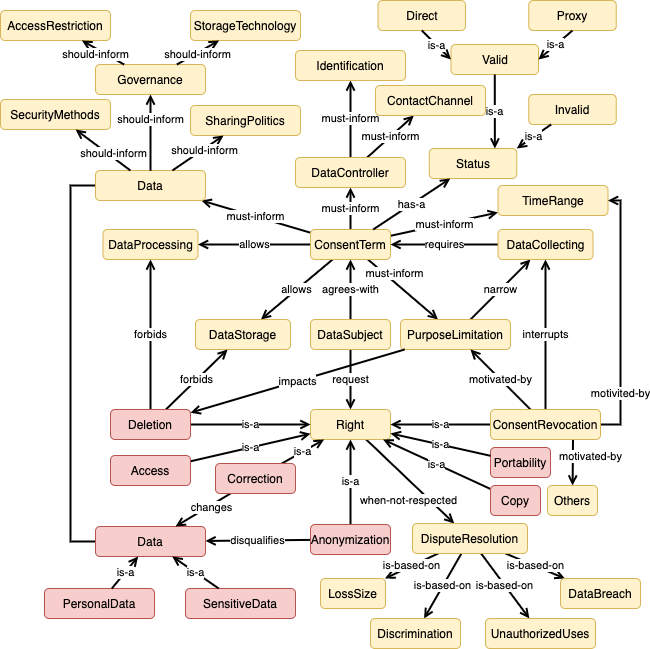
Above: img/DataAnonymizationImpact.png in phalves/GoDReP (draw.io), before the change. Source tidied: cells renumbered, new cells last; positions are measured from the earlier drawing's top-left corner, leaving out a move shared by most shapes.
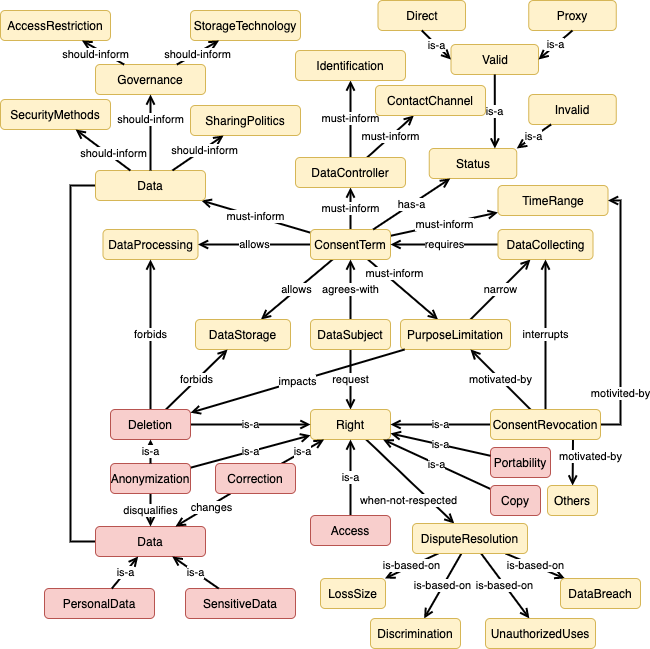
Above is the later version.

Diff of the diagram source:
```diff
@@ -121,7 +121,7 @@
       <mxGeometry relative="1" as="geometry" />
     </mxCell>
     <mxCell id="38" value="Anonymization" style="rounded=1;whiteSpace=wrap;html=1;fillColor=#f8cecc;strokeColor=#b85450;" parent="1" vertex="1">
-      <mxGeometry x="310" y="524" width="80" height="30" as="geometry" />
+      <mxGeometry x="110" y="463" width="80" height="30" as="geometry" />
     </mxCell>
     <mxCell id="39" value="is-a" style="edgeStyle=none;rounded=0;jettySize=auto;html=1;endArrow=open;endFill=0;strokeWidth=2;" parent="1" edge="1" source="41" target="26">
       <mxGeometry relative="1" as="geometry" />
@@ -178,7 +178,7 @@
       <mxGeometry relative="1" as="geometry" />
     </mxCell>
     <mxCell id="57" value="Access" style="rounded=1;whiteSpace=wrap;html=1;fillColor=#f8cecc;strokeColor=#b85450;" parent="1" vertex="1">
-      <mxGeometry x="110" y="455" width="80" height="30" as="geometry" />
+      <mxGeometry x="310" y="515" width="80" height="30" as="geometry" />
     </mxCell>
     <mxCell id="58" value="is-a" style="edgeStyle=none;rounded=0;jettySize=auto;html=1;endArrow=open;endFill=0;strokeWidth=2;" parent="1" edge="1" source="59" target="26">
       <mxGeometry relative="1" as="geometry" />
@@ -270,5 +270,8 @@
     <mxCell id="87" value="is-a" style="edgeStyle=none;rounded=0;jettySize=auto;html=1;endArrow=open;endFill=0;strokeWidth=2;exitX=0.5;exitY=1;exitDx=0;exitDy=0;entryX=1;entryY=0.5;entryDx=0;entryDy=0;" parent="1" edge="1" source="85" target="80">
       <mxGeometry relative="1" as="geometry" />
     </mxCell>
+    <mxCell id="88" value="is-a" style="edgeStyle=none;rounded=0;jettySize=auto;html=1;endArrow=open;endFill=0;strokeWidth=2;" parent="1" edge="1" source="38" target="45">
+      <mxGeometry relative="1" as="geometry" />
+    </mxCell>
   </root>
 </mxGraphModel>
```
